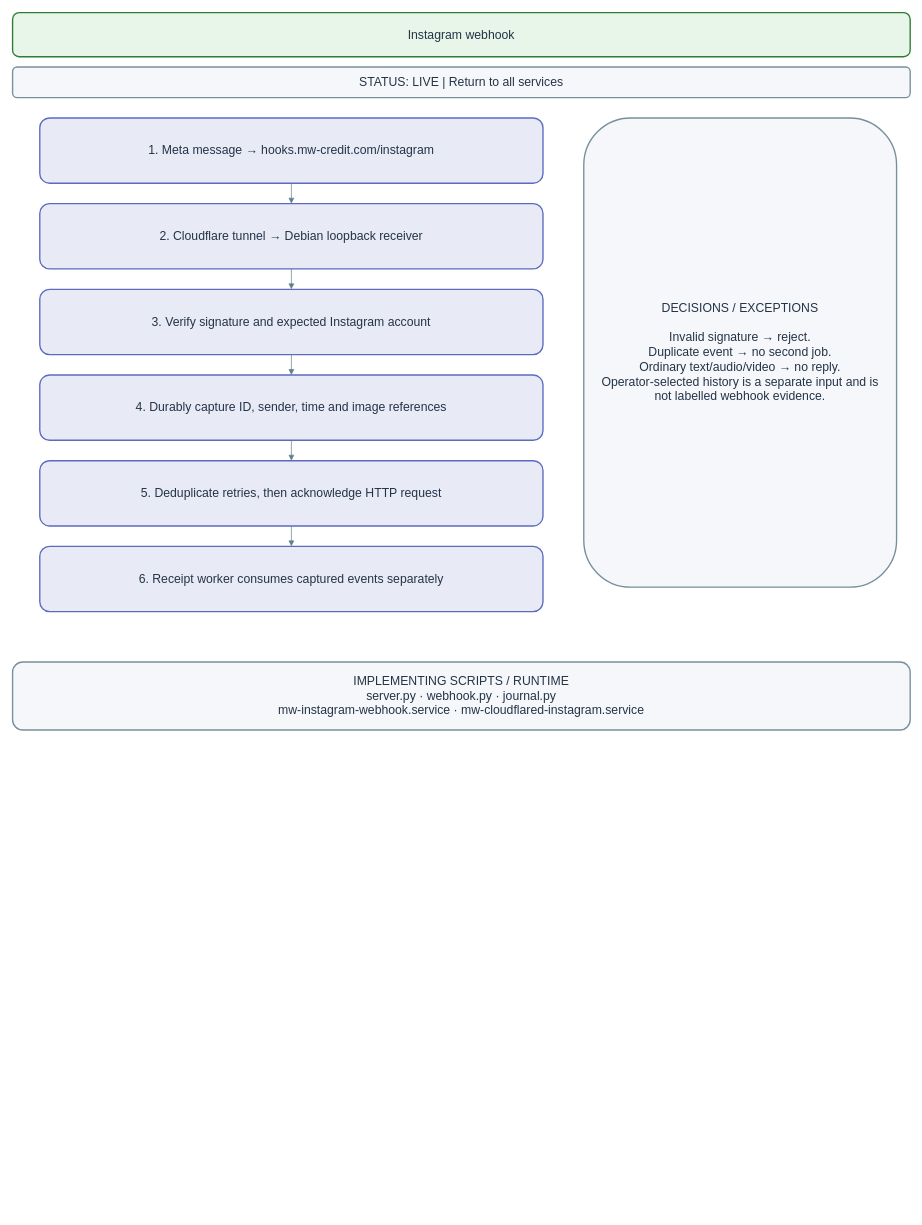
welct0407/MW-Credit-App keeps this draw.io diagram as page "02 · Instagram webhook" (2 of 14) of docs/BUSINESS_PROCESS.drawio. Above is the earlier version. Source tidied: cells renumbered, new cells numbered last; positions are measured from the earlier drawing's top-left corner, leaving out a move shared by most shapes. Both pictures are drawn from the tidied source at 68%, with x=0, y=0 at pixel (12, 12).
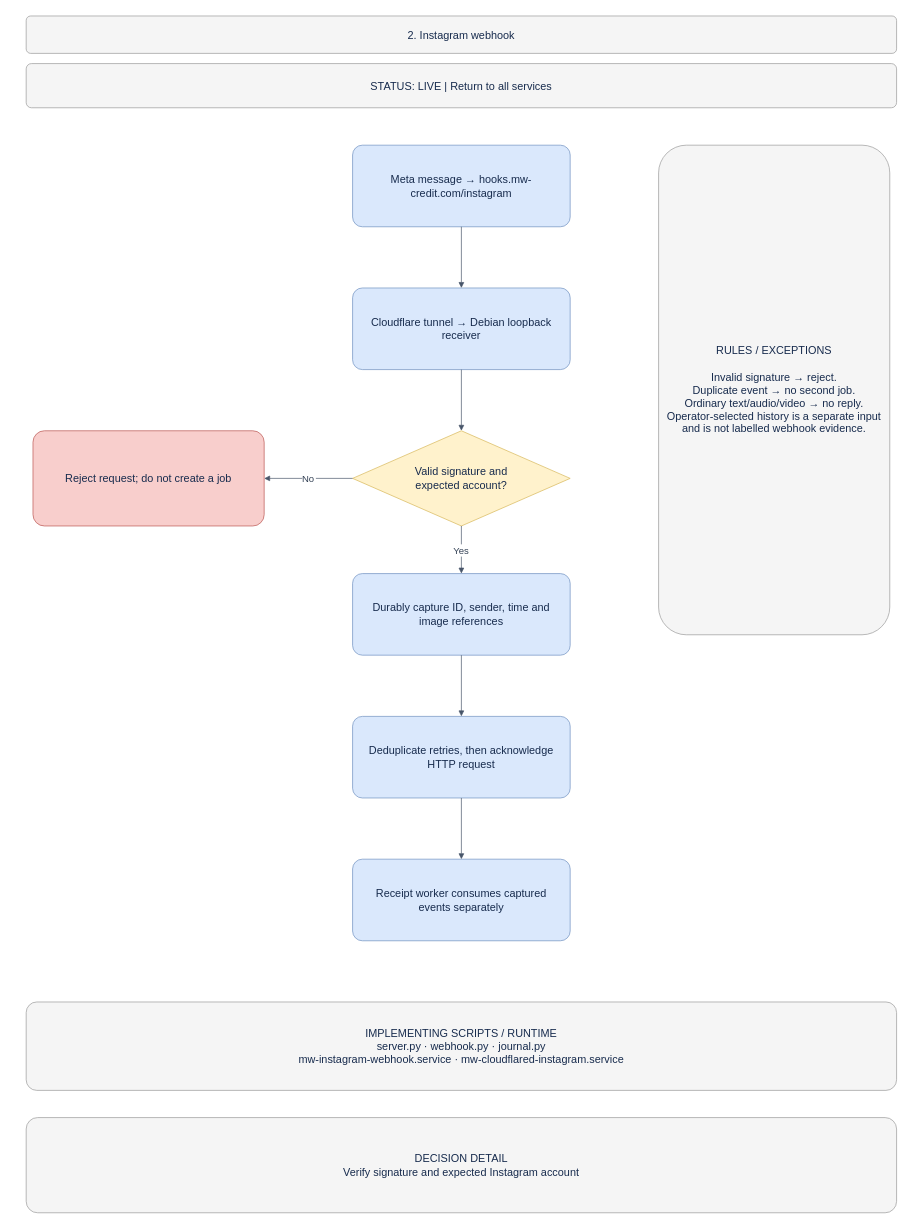
The same page after the edit.

Diff of the diagram source:
```diff
@@
 <mxGraphModel>
   <root>
     <mxCell id="0" />
     <mxCell id="1" parent="0" />
-    <mxCell id="2" value="Instagram webhook" style="rounded=1;whiteSpace=wrap;html=0;fillColor=#e8f5e9;strokeColor=#2e7d32;strokeWidth=2;fontColor=#243447;fontSize=18;spacing=14;" parent="1" vertex="1">
-      <mxGeometry width="1320" height="65" as="geometry" />
+    <mxCell id="2" value="2. Instagram webhook" style="rounded=1;arcSize=12;whiteSpace=wrap;html=0;fillColor=#f5f5f5;strokeColor=#999999;fontColor=#172b4d;fontSize=16;align=center;verticalAlign=middle;spacing=12;" parent="1" vertex="1">
+      <mxGeometry x="20" y="5" width="1280" height="55" as="geometry" />
     </mxCell>
-    <mxCell id="3" value="STATUS: LIVE  |  Return to all services" style="rounded=1;whiteSpace=wrap;html=0;fillColor=#f5f7fa;strokeColor=#78909c;strokeWidth=2;fontColor=#243447;fontSize=18;spacing=14;" parent="1" vertex="1">
-      <mxGeometry y="80" width="1320" height="45" as="geometry" />
+    <mxCell id="3" value="STATUS: LIVE  |  Return to all services" style="rounded=1;arcSize=12;whiteSpace=wrap;html=0;fillColor=#f5f5f5;strokeColor=#999999;fontColor=#172b4d;fontSize=16;align=center;verticalAlign=middle;spacing=12;" parent="1" vertex="1">
+      <mxGeometry x="20" y="75" width="1280" height="65" as="geometry" />
     </mxCell>
-    <mxCell id="4" value="1. Meta message → hooks.mw-credit.com/instagram" style="rounded=1;whiteSpace=wrap;html=0;fillColor=#e8eaf6;strokeColor=#5c6bc0;strokeWidth=2;fontColor=#243447;fontSize=18;spacing=14;" parent="1" vertex="1">
-      <mxGeometry x="40" y="155" width="740" height="96" as="geometry" />
+    <mxCell id="4" value="Meta message → hooks.mw-credit.com/instagram" style="rounded=1;arcSize=12;whiteSpace=wrap;html=0;fillColor=#dae8fc;strokeColor=#6c8ebf;fontColor=#172b4d;fontSize=16;align=center;verticalAlign=middle;spacing=12;" parent="1" vertex="1">
+      <mxGeometry x="500" y="195" width="320" height="120" as="geometry" />
     </mxCell>
-    <mxCell id="5" value="2. Cloudflare tunnel → Debian loopback receiver" style="rounded=1;whiteSpace=wrap;html=0;fillColor=#e8eaf6;strokeColor=#5c6bc0;strokeWidth=2;fontColor=#243447;fontSize=18;spacing=14;" parent="1" vertex="1">
-      <mxGeometry x="40" y="281" width="740" height="96" as="geometry" />
+    <mxCell id="5" value="Cloudflare tunnel → Debian loopback receiver" style="rounded=1;arcSize=12;whiteSpace=wrap;html=0;fillColor=#dae8fc;strokeColor=#6c8ebf;fontColor=#172b4d;fontSize=16;align=center;verticalAlign=middle;spacing=12;" parent="1" vertex="1">
+      <mxGeometry x="500" y="405" width="320" height="120" as="geometry" />
     </mxCell>
-    <mxCell id="6" style="edgeStyle=orthogonalEdgeStyle;endArrow=block;strokeColor=#607d8b;" parent="1" edge="1" source="4" target="5">
+    <mxCell id="6" style="edgeStyle=orthogonalEdgeStyle;rounded=0;jettySize=auto;html=0;endArrow=block;endFill=1;strokeColor=#475569;fontColor=#334155;fontSize=14;labelBackgroundColor=#ffffff;" parent="1" edge="1" source="4" target="5">
       <mxGeometry relative="1" as="geometry" />
     </mxCell>
-    <mxCell id="7" value="3. Verify signature and expected Instagram account" style="rounded=1;whiteSpace=wrap;html=0;fillColor=#e8eaf6;strokeColor=#5c6bc0;strokeWidth=2;fontColor=#243447;fontSize=18;spacing=14;" parent="1" vertex="1">
-      <mxGeometry x="40" y="407" width="740" height="96" as="geometry" />
+    <mxCell id="7" value="Valid signature and&#10;expected account?" style="rhombus;whiteSpace=wrap;html=0;fillColor=#fff2cc;strokeColor=#d6b656;fontColor=#172b4d;fontSize=16;align=center;verticalAlign=middle;spacing=12;" parent="1" vertex="1">
+      <mxGeometry x="500" y="615" width="320" height="140" as="geometry" />
     </mxCell>
-    <mxCell id="8" style="edgeStyle=orthogonalEdgeStyle;endArrow=block;strokeColor=#607d8b;" parent="1" edge="1" source="5" target="7">
+    <mxCell id="8" style="edgeStyle=orthogonalEdgeStyle;rounded=0;jettySize=auto;html=0;endArrow=block;endFill=1;strokeColor=#475569;fontColor=#334155;fontSize=14;labelBackgroundColor=#ffffff;" parent="1" edge="1" source="5" target="7">
       <mxGeometry relative="1" as="geometry" />
     </mxCell>
-    <mxCell id="9" value="4. Durably capture ID, sender, time and image references" style="rounded=1;whiteSpace=wrap;html=0;fillColor=#e8eaf6;strokeColor=#5c6bc0;strokeWidth=2;fontColor=#243447;fontSize=18;spacing=14;" parent="1" vertex="1">
-      <mxGeometry x="40" y="533" width="740" height="96" as="geometry" />
+    <mxCell id="9" value="Durably capture ID, sender, time and image references" style="rounded=1;arcSize=12;whiteSpace=wrap;html=0;fillColor=#dae8fc;strokeColor=#6c8ebf;fontColor=#172b4d;fontSize=16;align=center;verticalAlign=middle;spacing=12;" parent="1" vertex="1">
+      <mxGeometry x="500" y="825" width="320" height="120" as="geometry" />
     </mxCell>
-    <mxCell id="10" style="edgeStyle=orthogonalEdgeStyle;endArrow=block;strokeColor=#607d8b;" parent="1" edge="1" source="7" target="9">
+    <mxCell id="10" value="Yes" style="edgeStyle=orthogonalEdgeStyle;rounded=0;jettySize=auto;html=0;endArrow=block;endFill=1;strokeColor=#475569;fontColor=#334155;fontSize=14;labelBackgroundColor=#ffffff;" parent="1" edge="1" source="7" target="9">
       <mxGeometry relative="1" as="geometry" />
     </mxCell>
-    <mxCell id="11" value="5. Deduplicate retries, then acknowledge HTTP request" style="rounded=1;whiteSpace=wrap;html=0;fillColor=#e8eaf6;strokeColor=#5c6bc0;strokeWidth=2;fontColor=#243447;fontSize=18;spacing=14;" parent="1" vertex="1">
-      <mxGeometry x="40" y="659" width="740" height="96" as="geometry" />
+    <mxCell id="11" value="Deduplicate retries, then acknowledge HTTP request" style="rounded=1;arcSize=12;whiteSpace=wrap;html=0;fillColor=#dae8fc;strokeColor=#6c8ebf;fontColor=#172b4d;fontSize=16;align=center;verticalAlign=middle;spacing=12;" parent="1" vertex="1">
+      <mxGeometry x="500" y="1035" width="320" height="120" as="geometry" />
     </mxCell>
-    <mxCell id="12" style="edgeStyle=orthogonalEdgeStyle;endArrow=block;strokeColor=#607d8b;" parent="1" edge="1" source="9" target="11">
+    <mxCell id="12" style="edgeStyle=orthogonalEdgeStyle;rounded=0;jettySize=auto;html=0;endArrow=block;endFill=1;strokeColor=#475569;fontColor=#334155;fontSize=14;labelBackgroundColor=#ffffff;" parent="1" edge="1" source="9" target="11">
       <mxGeometry relative="1" as="geometry" />
     </mxCell>
-    <mxCell id="13" value="6. Receipt worker consumes captured events separately" style="rounded=1;whiteSpace=wrap;html=0;fillColor=#e8eaf6;strokeColor=#5c6bc0;strokeWidth=2;fontColor=#243447;fontSize=18;spacing=14;" parent="1" vertex="1">
-      <mxGeometry x="40" y="785" width="740" height="96" as="geometry" />
+    <mxCell id="13" value="Receipt worker consumes captured events separately" style="rounded=1;arcSize=12;whiteSpace=wrap;html=0;fillColor=#dae8fc;strokeColor=#6c8ebf;fontColor=#172b4d;fontSize=16;align=center;verticalAlign=middle;spacing=12;" parent="1" vertex="1">
+      <mxGeometry x="500" y="1245" width="320" height="120" as="geometry" />
     </mxCell>
-    <mxCell id="14" style="edgeStyle=orthogonalEdgeStyle;endArrow=block;strokeColor=#607d8b;" parent="1" edge="1" source="11" target="13">
+    <mxCell id="14" style="edgeStyle=orthogonalEdgeStyle;rounded=0;jettySize=auto;html=0;endArrow=block;endFill=1;strokeColor=#475569;fontColor=#334155;fontSize=14;labelBackgroundColor=#ffffff;" parent="1" edge="1" source="11" target="13">
       <mxGeometry relative="1" as="geometry" />
     </mxCell>
-    <mxCell id="15" value="DECISIONS / EXCEPTIONS&#10;&#10;Invalid signature → reject.&#10;Duplicate event → no second job.&#10;Ordinary text/audio/video → no reply.&#10;Operator-selected history is a separate input and is not labelled webhook evidence." style="rounded=1;whiteSpace=wrap;html=0;fillColor=#f5f7fa;strokeColor=#78909c;strokeWidth=2;fontColor=#243447;fontSize=18;spacing=14;" parent="1" vertex="1">
-      <mxGeometry x="840" y="155" width="460" height="690" as="geometry" />
-    </mxCell>
+    <mxCell id="17" value="Reject request; do not create a job" style="rounded=1;arcSize=12;whiteSpace=wrap;html=0;fillColor=#f8cecc;strokeColor=#b85450;fontColor=#172b4d;fontSize=16;align=center;verticalAlign=middle;spacing=12;" parent="1" vertex="1">
+      <mxGeometry x="30" y="615" width="340" height="140" as="geometry" />
+    </mxCell>
+    <mxCell id="18" value="No" style="edgeStyle=orthogonalEdgeStyle;rounded=0;jettySize=auto;html=0;endArrow=block;endFill=1;strokeColor=#475569;fontColor=#334155;fontSize=14;labelBackgroundColor=#ffffff;" parent="1" edge="1" source="7" target="17">
+      <mxGeometry relative="1" as="geometry" />
+    </mxCell>
+    <mxCell id="19" value="RULES / EXCEPTIONS&#10;&#10;Invalid signature → reject.&#10;Duplicate event → no second job.&#10;Ordinary text/audio/video → no reply.&#10;Operator-selected history is a separate input and is not labelled webhook evidence." style="rounded=1;arcSize=12;whiteSpace=wrap;html=0;fillColor=#f5f5f5;strokeColor=#999999;fontColor=#172b4d;fontSize=16;align=center;verticalAlign=middle;spacing=12;" parent="1" vertex="1">
+      <mxGeometry x="950" y="195" width="340" height="720" as="geometry" />
+    </mxCell>
-    <mxCell id="16" value="IMPLEMENTING SCRIPTS / RUNTIME&#10;server.py · webhook.py · journal.py&#10;mw-instagram-webhook.service · mw-cloudflared-instagram.service" style="rounded=1;whiteSpace=wrap;html=0;fillColor=#f5f7fa;strokeColor=#78909c;strokeWidth=2;fontColor=#243447;fontSize=18;spacing=14;" parent="1" vertex="1">
-      <mxGeometry y="955" width="1320" height="100" as="geometry" />
+    <mxCell id="16" value="IMPLEMENTING SCRIPTS / RUNTIME&#10;server.py · webhook.py · journal.py&#10;mw-instagram-webhook.service · mw-cloudflared-instagram.service" style="rounded=1;arcSize=12;whiteSpace=wrap;html=0;fillColor=#f5f5f5;strokeColor=#999999;fontColor=#172b4d;fontSize=16;align=center;verticalAlign=middle;spacing=12;" parent="1" vertex="1">
+      <mxGeometry x="20" y="1455" width="1280" height="130" as="geometry" />
     </mxCell>
+    <mxCell id="20" value="DECISION DETAIL&#10;Verify signature and expected Instagram account" style="rounded=1;arcSize=12;whiteSpace=wrap;html=0;fillColor=#f5f5f5;strokeColor=#999999;fontColor=#172b4d;fontSize=16;align=center;verticalAlign=middle;spacing=12;" parent="1" vertex="1">
+      <mxGeometry x="20" y="1625" width="1280" height="140" as="geometry" />
+    </mxCell>
   </root>
 </mxGraphModel>
```
